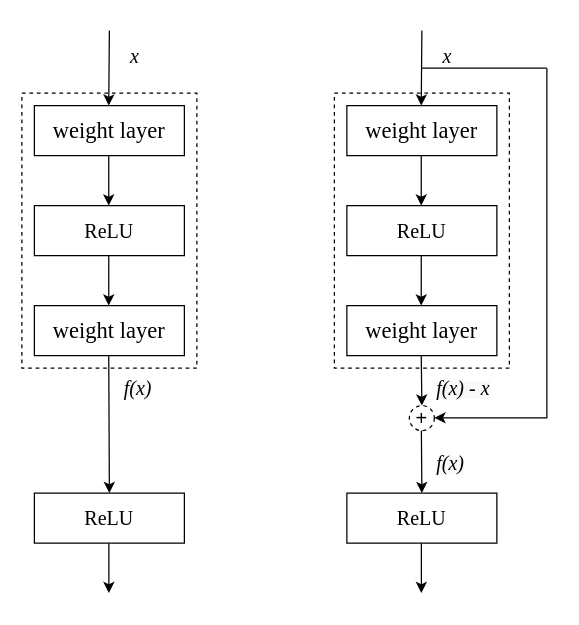
Earlier version of the draw.io diagram plain and resnet.drawio (zjie134/blog_pic). Source tidied: cells renumbered, new cells numbered last; positions are measured from the earlier drawing's top-left corner, leaving out a move shared by most shapes. Both pictures are drawn from the tidied source at 125%, with x=0, y=0 at pixel (21, 30).
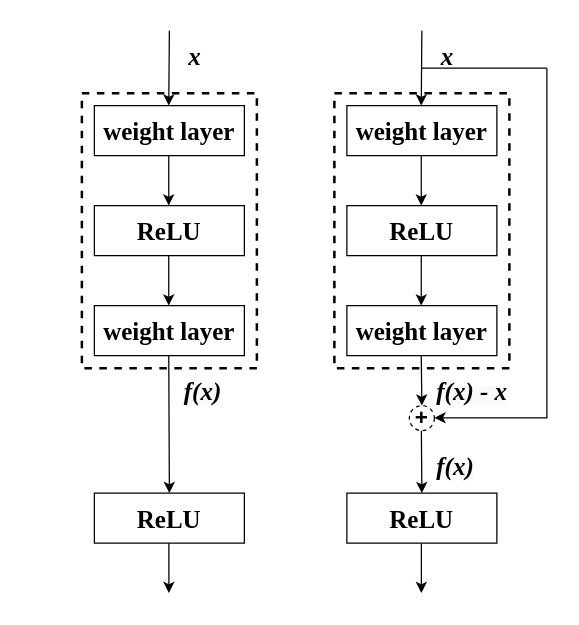
The same page after the edit.

Change to the diagram source:
```diff
@@
-    <mxCell id="2" style="rounded=0;whiteSpace=wrap;html=1;dashed=1;" parent="1" vertex="1">
-      <mxGeometry y="50" width="140" height="220" as="geometry" />
+    <mxCell id="2" style="rounded=0;whiteSpace=wrap;html=1;dashed=1;strokeWidth=2;" parent="1" vertex="1">
+      <mxGeometry x="48" y="50" width="140" height="220" as="geometry" />
     </mxCell>
-    <mxCell id="3" value="&lt;font face=&quot;Times New Roman&quot; style=&quot;font-size: 18px&quot;&gt;weight layer&lt;/font&gt;" style="rounded=0;whiteSpace=wrap;html=1;" parent="1" vertex="1">
-      <mxGeometry x="10" y="60" width="120" height="40" as="geometry" />
+    <mxCell id="3" value="&lt;font face=&quot;Times New Roman&quot; size=&quot;1&quot;&gt;&lt;b style=&quot;font-size: 20px&quot;&gt;weight layer&lt;/b&gt;&lt;/font&gt;" style="rounded=0;whiteSpace=wrap;html=1;" parent="1" vertex="1">
+      <mxGeometry x="58" y="60" width="120" height="40" as="geometry" />
     </mxCell>
     <mxCell id="4" style="endArrow=classic;html=1;" parent="1" edge="1">
       <mxGeometry relative="1" as="geometry">
-        <mxPoint x="70" as="sourcePoint" />
-        <mxPoint x="69.5" y="60" as="targetPoint" />
+        <mxPoint x="118" as="sourcePoint" />
+        <mxPoint x="117.5" y="60" as="targetPoint" />
       </mxGeometry>
     </mxCell>
-    <mxCell id="5" value="&lt;font face=&quot;Times New Roman&quot; style=&quot;font-size: 16px&quot;&gt;ReLU&lt;/font&gt;" style="rounded=0;whiteSpace=wrap;html=1;" parent="1" vertex="1">
-      <mxGeometry x="10" y="140" width="120" height="40" as="geometry" />
+    <mxCell id="5" value="&lt;font face=&quot;Times New Roman&quot; size=&quot;1&quot;&gt;&lt;b style=&quot;font-size: 20px&quot;&gt;ReLU&lt;/b&gt;&lt;/font&gt;" style="rounded=0;whiteSpace=wrap;html=1;" parent="1" vertex="1">
+      <mxGeometry x="58" y="140" width="120" height="40" as="geometry" />
     </mxCell>
     <mxCell id="6" style="endArrow=classic;html=1;" parent="1" edge="1">
       <mxGeometry relative="1" as="geometry">
-        <mxPoint x="69.5" y="100" as="sourcePoint" />
-        <mxPoint x="69.5" y="140" as="targetPoint" />
+        <mxPoint x="117.5" y="100" as="sourcePoint" />
+        <mxPoint x="117.5" y="140" as="targetPoint" />
       </mxGeometry>
     </mxCell>
-    <mxCell id="7" value="&lt;span style=&quot;font-family: &amp;#34;times new roman&amp;#34; ; font-size: 18px&quot;&gt;weight layer&lt;/span&gt;" style="rounded=0;whiteSpace=wrap;html=1;" parent="1" vertex="1">
-      <mxGeometry x="10" y="220" width="120" height="40" as="geometry" />
+    <mxCell id="7" value="&lt;span style=&quot;font-family: &amp;#34;times new roman&amp;#34;&quot;&gt;&lt;font style=&quot;font-size: 20px&quot;&gt;&lt;b&gt;weight layer&lt;/b&gt;&lt;/font&gt;&lt;/span&gt;" style="rounded=0;whiteSpace=wrap;html=1;" parent="1" vertex="1">
+      <mxGeometry x="58" y="220" width="120" height="40" as="geometry" />
     </mxCell>
     <mxCell id="8" style="endArrow=classic;html=1;" parent="1" edge="1">
       <mxGeometry relative="1" as="geometry">
-        <mxPoint x="69.5" y="180" as="sourcePoint" />
-        <mxPoint x="69.5" y="220" as="targetPoint" />
+        <mxPoint x="117.5" y="180" as="sourcePoint" />
+        <mxPoint x="117.5" y="220" as="targetPoint" />
       </mxGeometry>
     </mxCell>
     <mxCell id="9" style="endArrow=classic;html=1;entryX=0.5;entryY=0;entryDx=0;entryDy=0;" parent="1" edge="1" target="10">
       <mxGeometry relative="1" as="geometry">
-        <mxPoint x="69.5" y="260" as="sourcePoint" />
+        <mxPoint x="117.5" y="260" as="sourcePoint" />
       </mxGeometry>
     </mxCell>
-    <mxCell id="10" value="&lt;font face=&quot;Times New Roman&quot; style=&quot;font-size: 16px&quot;&gt;ReLU&lt;/font&gt;" style="rounded=0;whiteSpace=wrap;html=1;" parent="1" vertex="1">
-      <mxGeometry x="10" y="370" width="120" height="40" as="geometry" />
+    <mxCell id="10" value="&lt;font face=&quot;Times New Roman&quot; style=&quot;font-size: 20px&quot;&gt;&lt;b&gt;ReLU&lt;/b&gt;&lt;/font&gt;" style="rounded=0;whiteSpace=wrap;html=1;" parent="1" vertex="1">
+      <mxGeometry x="58" y="370" width="120" height="40" as="geometry" />
     </mxCell>
-    <mxCell id="11" value="&lt;font face=&quot;Times New Roman&quot; style=&quot;font-size: 16px&quot;&gt;&lt;i&gt;x&lt;/i&gt;&lt;/font&gt;" style="text;html=1;align=center;verticalAlign=middle;fillColor=none;strokeColor=none;rounded=0;" parent="1" vertex="1">
-      <mxGeometry x="80" y="10" width="20" height="20" as="geometry" />
+    <mxCell id="11" value="&lt;font face=&quot;Times New Roman&quot; size=&quot;1&quot;&gt;&lt;i&gt;&lt;b style=&quot;font-size: 20px&quot;&gt;x&lt;/b&gt;&lt;/i&gt;&lt;/font&gt;" style="text;html=1;align=center;verticalAlign=middle;fillColor=none;strokeColor=none;rounded=0;" parent="1" vertex="1">
+      <mxGeometry x="123" y="10" width="30" height="20" as="geometry" />
     </mxCell>
     <mxCell id="12" style="endArrow=classic;html=1;" parent="1" edge="1">
       <mxGeometry relative="1" as="geometry">
-        <mxPoint x="69.6" y="410" as="sourcePoint" />
-        <mxPoint x="69.6" y="450" as="targetPoint" />
+        <mxPoint x="117.6" y="410" as="sourcePoint" />
+        <mxPoint x="117.6" y="450" as="targetPoint" />
       </mxGeometry>
     </mxCell>
-    <mxCell id="13" value="&lt;span style=&quot;color: rgb(0 , 0 , 0) ; font-weight: 400 ; letter-spacing: normal ; text-align: center ; text-indent: 0px ; text-transform: none ; word-spacing: 0px ; background-color: rgb(248 , 249 , 250) ; display: inline ; float: none&quot;&gt;&lt;font face=&quot;Times New Roman&quot; style=&quot;font-size: 16px&quot;&gt;&lt;i&gt;f(x)&lt;/i&gt;&lt;/font&gt;&lt;/span&gt;" style="text;whiteSpace=wrap;html=1;" parent="1" vertex="1">
-      <mxGeometry x="80" y="270" width="30" height="30" as="geometry" />
+    <mxCell id="13" value="&lt;span style=&quot;color: rgb(0 , 0 , 0) ; letter-spacing: normal ; text-align: center ; text-indent: 0px ; text-transform: none ; word-spacing: 0px ; background-color: rgb(248 , 249 , 250) ; display: inline ; float: none&quot;&gt;&lt;font face=&quot;Times New Roman&quot; size=&quot;1&quot;&gt;&lt;i style=&quot;font-size: 20px&quot;&gt;&lt;b&gt;f(x)&lt;/b&gt;&lt;/i&gt;&lt;/font&gt;&lt;/span&gt;" style="text;whiteSpace=wrap;html=1;" parent="1" vertex="1">
+      <mxGeometry x="128" y="270" width="30" height="30" as="geometry" />
     </mxCell>
-    <mxCell id="14" style="rounded=0;whiteSpace=wrap;html=1;dashed=1;" parent="1" vertex="1">
+    <mxCell id="14" style="rounded=0;whiteSpace=wrap;html=1;dashed=1;strokeWidth=2;" parent="1" vertex="1">
       <mxGeometry x="250" y="50" width="140" height="220" as="geometry" />
     </mxCell>
-    <mxCell id="15" value="&lt;font face=&quot;Times New Roman&quot; style=&quot;font-size: 18px&quot;&gt;weight layer&lt;/font&gt;" style="rounded=0;whiteSpace=wrap;html=1;" parent="1" vertex="1">
+    <mxCell id="15" value="&lt;font face=&quot;Times New Roman&quot; size=&quot;1&quot;&gt;&lt;b style=&quot;font-size: 20px&quot;&gt;weight layer&lt;/b&gt;&lt;/font&gt;" style="rounded=0;whiteSpace=wrap;html=1;" parent="1" vertex="1">
       <mxGeometry x="260" y="60" width="120" height="40" as="geometry" />
     </mxCell>
@@
-    <mxCell id="17" value="&lt;font face=&quot;Times New Roman&quot; style=&quot;font-size: 16px&quot;&gt;ReLU&lt;/font&gt;" style="rounded=0;whiteSpace=wrap;html=1;" parent="1" vertex="1">
+    <mxCell id="17" value="&lt;font face=&quot;Times New Roman&quot; style=&quot;font-size: 20px&quot;&gt;&lt;b&gt;ReLU&lt;/b&gt;&lt;/font&gt;" style="rounded=0;whiteSpace=wrap;html=1;" parent="1" vertex="1">
       <mxGeometry x="260" y="140" width="120" height="40" as="geometry" />
     </mxCell>
@@
-    <mxCell id="19" value="&lt;span style=&quot;font-family: &amp;#34;times new roman&amp;#34; ; font-size: 18px&quot;&gt;weight layer&lt;/span&gt;" style="rounded=0;whiteSpace=wrap;html=1;" parent="1" vertex="1">
+    <mxCell id="19" value="&lt;span style=&quot;font-family: &amp;#34;times new roman&amp;#34;&quot;&gt;&lt;b&gt;&lt;font style=&quot;font-size: 20px&quot;&gt;weight layer&lt;/font&gt;&lt;/b&gt;&lt;/span&gt;" style="rounded=0;whiteSpace=wrap;html=1;" parent="1" vertex="1">
       <mxGeometry x="260" y="220" width="120" height="40" as="geometry" />
     </mxCell>
@@
-    <mxCell id="22" value="&lt;font face=&quot;Times New Roman&quot; style=&quot;font-size: 16px&quot;&gt;ReLU&lt;/font&gt;" style="rounded=0;whiteSpace=wrap;html=1;" parent="1" vertex="1">
+    <mxCell id="22" value="&lt;font face=&quot;Times New Roman&quot; size=&quot;1&quot;&gt;&lt;b style=&quot;font-size: 20px&quot;&gt;ReLU&lt;/b&gt;&lt;/font&gt;" style="rounded=0;whiteSpace=wrap;html=1;" parent="1" vertex="1">
       <mxGeometry x="260" y="370" width="120" height="40" as="geometry" />
     </mxCell>
-    <mxCell id="23" value="&lt;font face=&quot;Times New Roman&quot; style=&quot;font-size: 16px&quot;&gt;&lt;i&gt;x&lt;/i&gt;&lt;/font&gt;" style="text;html=1;align=center;verticalAlign=middle;fillColor=none;strokeColor=none;rounded=0;" parent="1" vertex="1">
-      <mxGeometry x="330" y="10" width="20" height="20" as="geometry" />
+    <mxCell id="23" value="&lt;font face=&quot;Times New Roman&quot; size=&quot;1&quot;&gt;&lt;i style=&quot;font-size: 20px&quot;&gt;&lt;b&gt;x&lt;/b&gt;&lt;/i&gt;&lt;/font&gt;" style="text;html=1;align=center;verticalAlign=middle;fillColor=none;strokeColor=none;rounded=0;" parent="1" vertex="1">
+      <mxGeometry x="325" y="10" width="30" height="20" as="geometry" />
     </mxCell>
@@
-    <mxCell id="25" value="&lt;span style=&quot;color: rgb(0 , 0 , 0) ; font-weight: 400 ; letter-spacing: normal ; text-align: center ; text-indent: 0px ; text-transform: none ; word-spacing: 0px ; background-color: rgb(248 , 249 , 250) ; display: inline ; float: none&quot;&gt;&lt;font face=&quot;Times New Roman&quot; style=&quot;font-size: 16px&quot;&gt;&lt;i&gt;f(x) - x&lt;/i&gt;&lt;/font&gt;&lt;/span&gt;" style="text;whiteSpace=wrap;html=1;" parent="1" vertex="1">
-      <mxGeometry x="330" y="270" width="50" height="30" as="geometry" />
+    <mxCell id="25" value="&lt;span style=&quot;color: rgb(0 , 0 , 0) ; letter-spacing: normal ; text-align: center ; text-indent: 0px ; text-transform: none ; word-spacing: 0px ; background-color: rgb(248 , 249 , 250) ; display: inline ; float: none&quot;&gt;&lt;font face=&quot;Times New Roman&quot; size=&quot;1&quot;&gt;&lt;i&gt;&lt;b style=&quot;font-size: 20px&quot;&gt;f(x) - x&lt;/b&gt;&lt;/i&gt;&lt;/font&gt;&lt;/span&gt;" style="text;whiteSpace=wrap;html=1;" parent="1" vertex="1">
+      <mxGeometry x="330" y="270" width="90" height="30" as="geometry" />
     </mxCell>
-    <mxCell id="26" value="&lt;font style=&quot;font-size: 16px&quot;&gt;+&lt;/font&gt;" style="ellipse;whiteSpace=wrap;html=1;dashed=1;" parent="1" vertex="1">
+    <mxCell id="26" value="&lt;font size=&quot;1&quot;&gt;&lt;b style=&quot;font-size: 18px&quot;&gt;+&lt;/b&gt;&lt;/font&gt;" style="ellipse;whiteSpace=wrap;html=1;dashed=1;" parent="1" vertex="1">
       <mxGeometry x="310" y="300" width="20" height="20" as="geometry" />
     </mxCell>
@@
-    <mxCell id="31" value="&lt;span style=&quot;color: rgb(0 , 0 , 0) ; font-weight: 400 ; letter-spacing: normal ; text-align: center ; text-indent: 0px ; text-transform: none ; word-spacing: 0px ; background-color: rgb(248 , 249 , 250) ; display: inline ; float: none&quot;&gt;&lt;font face=&quot;Times New Roman&quot; style=&quot;font-size: 16px&quot;&gt;&lt;i&gt;f(x)&lt;/i&gt;&lt;/font&gt;&lt;/span&gt;" style="text;whiteSpace=wrap;html=1;" parent="1" vertex="1">
+    <mxCell id="31" value="&lt;span style=&quot;color: rgb(0 , 0 , 0) ; letter-spacing: normal ; text-align: center ; text-indent: 0px ; text-transform: none ; word-spacing: 0px ; background-color: rgb(248 , 249 , 250) ; display: inline ; float: none&quot;&gt;&lt;font face=&quot;Times New Roman&quot; size=&quot;1&quot;&gt;&lt;i&gt;&lt;b style=&quot;font-size: 20px&quot;&gt;f(x)&lt;/b&gt;&lt;/i&gt;&lt;/font&gt;&lt;/span&gt;" style="text;whiteSpace=wrap;html=1;" parent="1" vertex="1">
       <mxGeometry x="330" y="330" width="30" height="30" as="geometry" />
     </mxCell>
```
